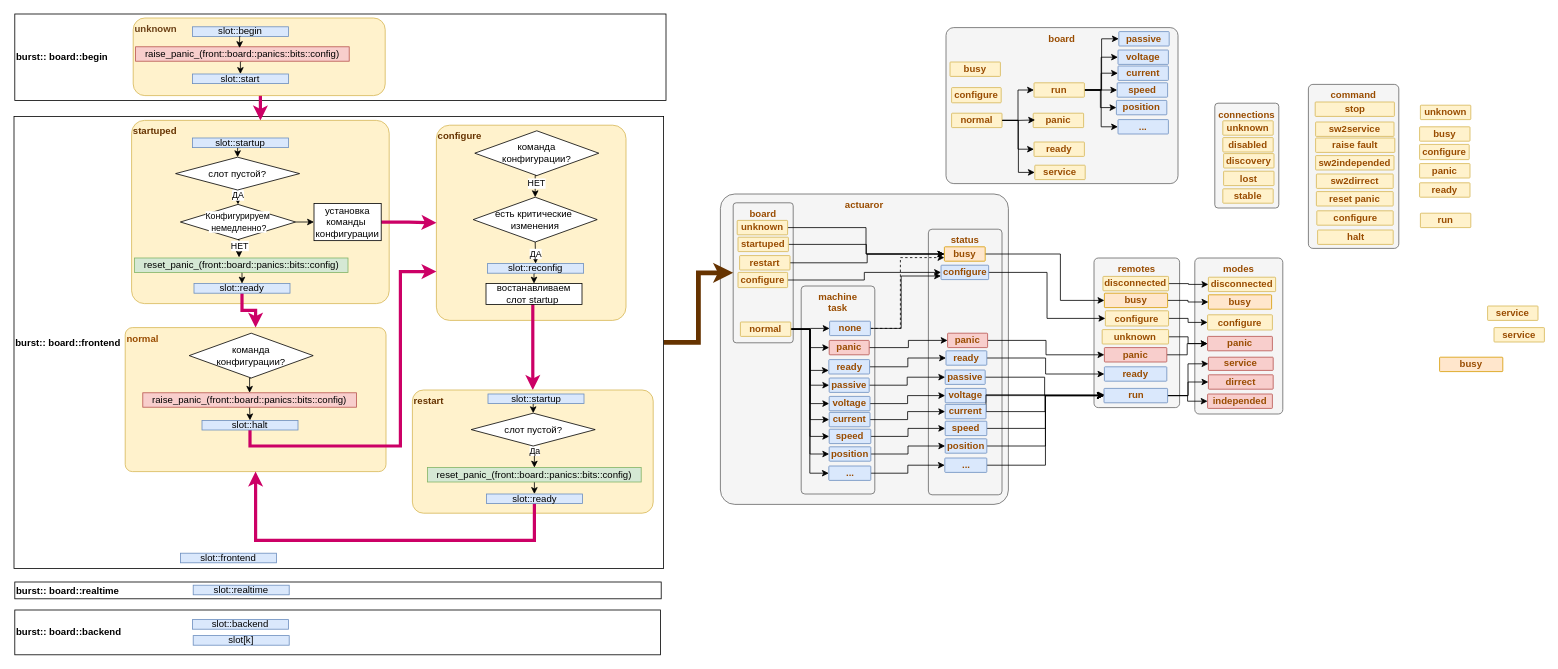
This is content/doc/burst/burst_statuses.drawio from roboscales/robosd-pp, a draw.io file, before an edit. Source tidied: cells renumbered, new cells numbered last; positions are measured from the earlier drawing's top-left corner, leaving out a move shared by most shapes. Both pictures are drawn from the tidied source at 80%, with x=0, y=0 at pixel (14, 14).
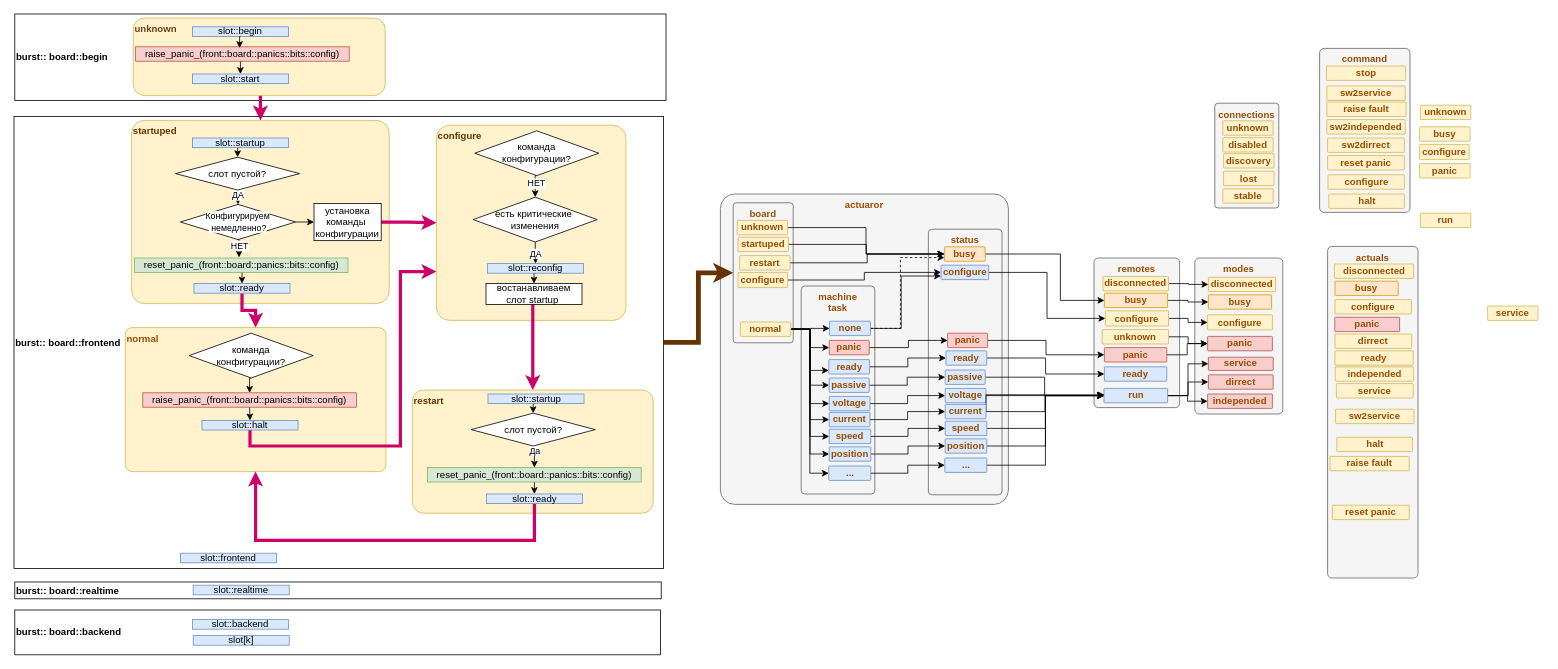
The same page after the edit.

Commit message (it also covers changes not shown here):
devagent state машина discovery, configure

Change to the diagram source:
```diff
@@
+    <mxCell id="197" value="&lt;font color=&quot;#994c00&quot;&gt;&lt;b&gt;actuals&lt;/b&gt;&lt;/font&gt;" style="rounded=1;whiteSpace=wrap;html=1;align=center;verticalAlign=top;fillColor=#f5f5f5;strokeColor=#666666;arcSize=5;fontColor=#333333;" parent="1" vertex="1">
+      <mxGeometry x="1642" y="290.5" width="113" height="414.5" as="geometry" />
+    </mxCell>
@@
     <mxCell id="3" value="&lt;font color=&quot;#994c00&quot;&gt;&lt;b&gt;command&lt;/b&gt;&lt;/font&gt;" style="rounded=1;whiteSpace=wrap;html=1;align=center;verticalAlign=top;fillColor=#f5f5f5;strokeColor=#666666;arcSize=5;fontColor=#333333;" parent="1" vertex="1">
-      <mxGeometry x="1618" y="88" width="113" height="205" as="geometry" />
+      <mxGeometry x="1632" y="43" width="113" height="205" as="geometry" />
     </mxCell>
@@
     <mxCell id="94" value="&lt;b&gt;&lt;font style=&quot;color: rgb(153, 76, 0);&quot;&gt;configure&lt;/font&gt;&lt;/b&gt;" style="rounded=1;whiteSpace=wrap;html=1;align=center;verticalAlign=middle;fillColor=#fff2cc;strokeColor=#d6b656;arcSize=5;" parent="1" vertex="1">
-      <mxGeometry x="1628.5" y="246" width="95.5" height="18" as="geometry" />
+      <mxGeometry x="1642.5" y="201" width="95.5" height="18" as="geometry" />
     </mxCell>
@@
     <mxCell id="97" value="&lt;font color=&quot;#994c00&quot;&gt;&lt;b&gt;sw2service&lt;/b&gt;&lt;/font&gt;" style="rounded=1;whiteSpace=wrap;html=1;align=center;verticalAlign=middle;fillColor=#fff2cc;strokeColor=#d6b656;arcSize=5;" parent="1" vertex="1">
-      <mxGeometry x="1627" y="135" width="98" height="18" as="geometry" />
+      <mxGeometry x="1641" y="90" width="98" height="18" as="geometry" />
     </mxCell>
     <mxCell id="98" value="&lt;b&gt;&lt;font style=&quot;color: rgb(153, 76, 0);&quot;&gt;stop&lt;/font&gt;&lt;/b&gt;" style="rounded=1;whiteSpace=wrap;html=1;align=center;verticalAlign=middle;fillColor=#fff2cc;strokeColor=#d6b656;arcSize=5;" parent="1" vertex="1">
-      <mxGeometry x="1626.5" y="110" width="99" height="18" as="geometry" />
+      <mxGeometry x="1640.5" y="65" width="99" height="18" as="geometry" />
     </mxCell>
     <mxCell id="99" value="&lt;b&gt;&lt;font style=&quot;color: rgb(153, 76, 0);&quot;&gt;halt&lt;/font&gt;&lt;/b&gt;" style="rounded=1;whiteSpace=wrap;html=1;align=center;verticalAlign=middle;fillColor=#fff2cc;strokeColor=#d6b656;arcSize=5;" parent="1" vertex="1">
-      <mxGeometry x="1629.5" y="270" width="94.5" height="18" as="geometry" />
+      <mxGeometry x="1643.5" y="225" width="94.5" height="18" as="geometry" />
     </mxCell>
     <mxCell id="100" value="&lt;b&gt;&lt;font style=&quot;color: rgb(153, 76, 0);&quot;&gt;reset panic&lt;/font&gt;&lt;/b&gt;" style="rounded=1;whiteSpace=wrap;html=1;align=center;verticalAlign=middle;fillColor=#fff2cc;strokeColor=#d6b656;arcSize=5;" parent="1" vertex="1">
-      <mxGeometry x="1628" y="222" width="96" height="18" as="geometry" />
+      <mxGeometry x="1642" y="177" width="96" height="18" as="geometry" />
     </mxCell>
@@
     <mxCell id="105" value="&lt;font color=&quot;#994c00&quot;&gt;&lt;b&gt;ready&lt;/b&gt;&lt;/font&gt;" style="rounded=1;whiteSpace=wrap;html=1;align=center;verticalAlign=middle;fillColor=#fff2cc;strokeColor=#d6b656;arcSize=5;" parent="1" vertex="1">
-      <mxGeometry x="1757" y="211" width="63" height="18" as="geometry" />
+      <mxGeometry x="1651.2" y="421" width="97.8" height="18" as="geometry" />
     </mxCell>
     <mxCell id="106" value="&lt;font color=&quot;#994c00&quot;&gt;&lt;b&gt;raise fault&lt;/b&gt;&lt;/font&gt;" style="rounded=1;whiteSpace=wrap;html=1;align=center;verticalAlign=middle;fillColor=#fff2cc;strokeColor=#d6b656;arcSize=5;" parent="1" vertex="1">
-      <mxGeometry x="1627" y="155" width="99" height="18" as="geometry" />
+      <mxGeometry x="1641" y="110" width="99" height="18" as="geometry" />
     </mxCell>
     <mxCell id="107" value="&lt;font color=&quot;#994c00&quot;&gt;&lt;b&gt;sw2independed&lt;/b&gt;&lt;/font&gt;" style="rounded=1;whiteSpace=wrap;html=1;align=center;verticalAlign=middle;fillColor=#fff2cc;strokeColor=#d6b656;arcSize=5;" parent="1" vertex="1">
-      <mxGeometry x="1627" y="177" width="98" height="18" as="geometry" />
+      <mxGeometry x="1641" y="132" width="98" height="18" as="geometry" />
     </mxCell>
     <mxCell id="108" value="&lt;font color=&quot;#994c00&quot;&gt;&lt;b&gt;sw2dirrect&lt;/b&gt;&lt;/font&gt;" style="rounded=1;whiteSpace=wrap;html=1;align=center;verticalAlign=middle;fillColor=#fff2cc;strokeColor=#d6b656;arcSize=5;" parent="1" vertex="1">
-      <mxGeometry x="1628" y="200" width="96" height="18" as="geometry" />
+      <mxGeometry x="1642" y="155" width="96" height="18" as="geometry" />
     </mxCell>
@@
     <mxCell id="119" value="&lt;font color=&quot;#994c00&quot;&gt;&lt;b&gt;service&lt;/b&gt;&lt;/font&gt;" style="rounded=1;whiteSpace=wrap;html=1;align=center;verticalAlign=middle;fillColor=#fff2cc;strokeColor=#d6b656;arcSize=5;" parent="1" vertex="1">
-      <mxGeometry x="1850" y="392" width="63" height="18" as="geometry" />
+      <mxGeometry x="1653" y="462" width="96" height="18" as="geometry" />
     </mxCell>
@@
-    <mxCell id="125" value="&lt;b&gt;&lt;font style=&quot;color: rgb(153, 76, 0);&quot;&gt;board&lt;/font&gt;&lt;/b&gt;" style="rounded=1;whiteSpace=wrap;html=1;align=center;verticalAlign=top;fillColor=#f5f5f5;strokeColor=#666666;arcSize=5;fontColor=#333333;" parent="1" vertex="1">
-      <mxGeometry x="1165" y="17" width="290" height="195" as="geometry" />
-    </mxCell>
-    <mxCell id="126" style="edgeStyle=orthogonalEdgeStyle;rounded=0;jettySize=auto;html=1;exitX=1;exitY=0.5;exitDx=0;exitDy=0;entryX=0;entryY=0.5;entryDx=0;entryDy=0;" parent="1" edge="1" source="129" target="139">
-      <mxGeometry relative="1" as="geometry" />
-    </mxCell>
-    <mxCell id="127" style="edgeStyle=orthogonalEdgeStyle;rounded=0;jettySize=auto;html=1;exitX=1;exitY=0.5;exitDx=0;exitDy=0;entryX=0;entryY=0.5;entryDx=0;entryDy=0;" parent="1" edge="1" source="129" target="148">
-      <mxGeometry relative="1" as="geometry" />
-    </mxCell>
-    <mxCell id="128" style="edgeStyle=orthogonalEdgeStyle;rounded=0;jettySize=auto;html=1;exitX=1;exitY=0.5;exitDx=0;exitDy=0;entryX=0;entryY=0.5;entryDx=0;entryDy=0;" parent="1" edge="1" source="129" target="147">
-      <mxGeometry relative="1" as="geometry" />
-    </mxCell>
-    <mxCell id="129" value="&lt;b&gt;&lt;font style=&quot;color: rgb(153, 76, 0);&quot;&gt;normal&lt;/font&gt;&lt;/b&gt;" style="rounded=1;whiteSpace=wrap;html=1;align=center;verticalAlign=middle;fillColor=#fff2cc;strokeColor=#d6b656;arcSize=5;" parent="1" vertex="1">
-      <mxGeometry x="1172" y="124" width="63" height="18" as="geometry" />
-    </mxCell>
-    <mxCell id="130" value="&lt;b&gt;&lt;font style=&quot;color: rgb(153, 76, 0);&quot;&gt;configure&lt;/font&gt;&lt;/b&gt;" style="rounded=1;whiteSpace=wrap;html=1;align=center;verticalAlign=middle;fillColor=#fff2cc;strokeColor=#d6b656;arcSize=5;" parent="1" vertex="1">
-      <mxGeometry x="1172" y="92" width="62" height="19" as="geometry" />
-    </mxCell>
-    <mxCell id="131" value="&lt;b&gt;&lt;font style=&quot;color: rgb(153, 76, 0);&quot;&gt;busy&lt;/font&gt;&lt;/b&gt;" style="rounded=1;whiteSpace=wrap;html=1;align=center;verticalAlign=middle;fillColor=#fff2cc;strokeColor=#d6b656;arcSize=5;" parent="1" vertex="1">
-      <mxGeometry x="1170" y="60" width="63" height="18" as="geometry" />
-    </mxCell>
-    <mxCell id="132" value="&lt;b&gt;&lt;font style=&quot;color: rgb(153, 76, 0);&quot;&gt;panic&lt;/font&gt;&lt;/b&gt;" style="rounded=1;whiteSpace=wrap;html=1;align=center;verticalAlign=middle;fillColor=#fff2cc;strokeColor=#d6b656;arcSize=5;" parent="1" vertex="1">
-      <mxGeometry x="1274" y="124" width="63" height="18" as="geometry" />
-    </mxCell>
-    <mxCell id="133" style="edgeStyle=orthogonalEdgeStyle;rounded=0;jettySize=auto;html=1;exitX=1;exitY=0.5;exitDx=0;exitDy=0;entryX=0;entryY=0.5;entryDx=0;entryDy=0;" parent="1" edge="1" source="139" target="141">
-      <mxGeometry relative="1" as="geometry" />
-    </mxCell>
-    <mxCell id="134" style="edgeStyle=orthogonalEdgeStyle;rounded=0;jettySize=auto;html=1;exitX=1;exitY=0.5;exitDx=0;exitDy=0;entryX=0;entryY=0.5;entryDx=0;entryDy=0;" parent="1" edge="1" source="139" target="142">
-      <mxGeometry relative="1" as="geometry" />
-    </mxCell>
-    <mxCell id="135" style="edgeStyle=orthogonalEdgeStyle;rounded=0;jettySize=auto;html=1;exitX=1;exitY=0.5;exitDx=0;exitDy=0;entryX=0;entryY=0.5;entryDx=0;entryDy=0;" parent="1" edge="1" source="139" target="143">
-      <mxGeometry relative="1" as="geometry" />
-    </mxCell>
-    <mxCell id="136" style="edgeStyle=orthogonalEdgeStyle;rounded=0;jettySize=auto;html=1;exitX=1;exitY=0.5;exitDx=0;exitDy=0;entryX=0;entryY=0.5;entryDx=0;entryDy=0;" parent="1" edge="1" source="139" target="144">
-      <mxGeometry relative="1" as="geometry" />
-    </mxCell>
-    <mxCell id="137" style="edgeStyle=orthogonalEdgeStyle;rounded=0;jettySize=auto;html=1;exitX=1;exitY=0.5;exitDx=0;exitDy=0;entryX=0;entryY=0.5;entryDx=0;entryDy=0;" parent="1" edge="1" source="139" target="145">
-      <mxGeometry relative="1" as="geometry" />
-    </mxCell>
-    <mxCell id="138" style="edgeStyle=orthogonalEdgeStyle;rounded=0;jettySize=auto;html=1;exitX=1;exitY=0.5;exitDx=0;exitDy=0;entryX=0;entryY=0.5;entryDx=0;entryDy=0;" parent="1" edge="1" source="139" target="146">
-      <mxGeometry relative="1" as="geometry" />
-    </mxCell>
-    <mxCell id="139" value="&lt;b&gt;&lt;font style=&quot;color: rgb(153, 76, 0);&quot;&gt;run&lt;/font&gt;&lt;/b&gt;" style="rounded=1;whiteSpace=wrap;html=1;align=center;verticalAlign=middle;fillColor=#fff2cc;strokeColor=#d6b656;arcSize=5;" parent="1" vertex="1">
-      <mxGeometry x="1275" y="86" width="63" height="18" as="geometry" />
-    </mxCell>
-    <mxCell id="140" style="edgeStyle=orthogonalEdgeStyle;rounded=0;jettySize=auto;html=1;exitX=1;exitY=0.5;exitDx=0;exitDy=0;entryX=0.038;entryY=0.469;entryDx=0;entryDy=0;entryPerimeter=0;" parent="1" edge="1" source="129" target="132">
-      <mxGeometry relative="1" as="geometry" />
-    </mxCell>
-    <mxCell id="141" value="&lt;b&gt;&lt;font style=&quot;color: rgb(153, 76, 0);&quot;&gt;voltage&lt;/font&gt;&lt;/b&gt;" style="rounded=1;whiteSpace=wrap;html=1;align=center;verticalAlign=middle;fillColor=#dae8fc;strokeColor=#6c8ebf;arcSize=5;" parent="1" vertex="1">
-      <mxGeometry x="1380" y="45" width="63" height="18" as="geometry" />
-    </mxCell>
-    <mxCell id="142" value="&lt;b&gt;&lt;font style=&quot;color: rgb(153, 76, 0);&quot;&gt;current&lt;/font&gt;&lt;/b&gt;" style="rounded=1;whiteSpace=wrap;html=1;align=center;verticalAlign=middle;fillColor=#dae8fc;strokeColor=#6c8ebf;arcSize=5;" parent="1" vertex="1">
-      <mxGeometry x="1380" y="65" width="63" height="18" as="geometry" />
-    </mxCell>
-    <mxCell id="143" value="&lt;b&gt;&lt;font style=&quot;color: rgb(153, 76, 0);&quot;&gt;speed&lt;/font&gt;&lt;/b&gt;" style="rounded=1;whiteSpace=wrap;html=1;align=center;verticalAlign=middle;fillColor=#dae8fc;strokeColor=#6c8ebf;arcSize=5;" parent="1" vertex="1">
-      <mxGeometry x="1379" y="86" width="63" height="18" as="geometry" />
-    </mxCell>
-    <mxCell id="144" value="&lt;b&gt;&lt;font style=&quot;color: rgb(153, 76, 0);&quot;&gt;position&lt;/font&gt;&lt;/b&gt;" style="rounded=1;whiteSpace=wrap;html=1;align=center;verticalAlign=middle;fillColor=#dae8fc;strokeColor=#6c8ebf;arcSize=5;" parent="1" vertex="1">
-      <mxGeometry x="1378" y="108" width="63" height="18" as="geometry" />
-    </mxCell>
-    <mxCell id="145" value="&lt;b&gt;&lt;font style=&quot;color: rgb(153, 76, 0);&quot;&gt;...&lt;/font&gt;&lt;/b&gt;" style="rounded=1;whiteSpace=wrap;html=1;align=center;verticalAlign=middle;fillColor=#dae8fc;strokeColor=#6c8ebf;arcSize=5;" parent="1" vertex="1">
-      <mxGeometry x="1380" y="132" width="63" height="18" as="geometry" />
-    </mxCell>
-    <mxCell id="146" value="&lt;font color=&quot;#994c00&quot;&gt;&lt;b&gt;passive&lt;/b&gt;&lt;/font&gt;" style="rounded=1;whiteSpace=wrap;html=1;align=center;verticalAlign=middle;fillColor=#dae8fc;strokeColor=#6c8ebf;arcSize=5;" parent="1" vertex="1">
-      <mxGeometry x="1381" y="22" width="63" height="18" as="geometry" />
-    </mxCell>
-    <mxCell id="147" value="&lt;font color=&quot;#994c00&quot;&gt;&lt;b&gt;service&lt;/b&gt;&lt;/font&gt;" style="rounded=1;whiteSpace=wrap;html=1;align=center;verticalAlign=middle;fillColor=#fff2cc;strokeColor=#d6b656;arcSize=5;" parent="1" vertex="1">
-      <mxGeometry x="1276" y="189" width="63" height="18" as="geometry" />
-    </mxCell>
-    <mxCell id="148" value="&lt;b style=&quot;color: rgb(153, 76, 0);&quot;&gt;ready&lt;/b&gt;" style="rounded=1;whiteSpace=wrap;html=1;align=center;verticalAlign=middle;fillColor=#fff2cc;strokeColor=#d6b656;arcSize=5;" parent="1" vertex="1">
-      <mxGeometry x="1275" y="160" width="63" height="18" as="geometry" />
-    </mxCell>
@@
     <mxCell id="195" value="&lt;font color=&quot;#994c00&quot;&gt;&lt;b&gt;busy&lt;/b&gt;&lt;/font&gt;" style="rounded=1;whiteSpace=wrap;html=1;align=center;verticalAlign=middle;fillColor=#ffe6cc;strokeColor=#d79b00;arcSize=5;" parent="1" vertex="1">
-      <mxGeometry x="1782" y="429" width="79" height="18" as="geometry" />
+      <mxGeometry x="1651.2" y="334" width="79" height="18" as="geometry" />
     </mxCell>
@@
+    <mxCell id="130" value="&lt;b&gt;&lt;font style=&quot;color: rgb(153, 76, 0);&quot;&gt;configure&lt;/font&gt;&lt;/b&gt;" style="rounded=1;whiteSpace=wrap;html=1;align=center;verticalAlign=middle;fillColor=#fff2cc;strokeColor=#d6b656;arcSize=5;" parent="1" vertex="1">
+      <mxGeometry x="1651.2" y="357" width="95.5" height="18" as="geometry" />
+    </mxCell>
+    <mxCell id="198" value="&lt;font color=&quot;#994c00&quot;&gt;&lt;b&gt;sw2service&lt;/b&gt;&lt;/font&gt;" style="rounded=1;whiteSpace=wrap;html=1;align=center;verticalAlign=middle;fillColor=#fff2cc;strokeColor=#d6b656;arcSize=5;" parent="1" vertex="1">
+      <mxGeometry x="1652" y="494" width="98" height="18" as="geometry" />
+    </mxCell>
+    <mxCell id="199" value="&lt;b style=&quot;color: rgb(153, 76, 0);&quot;&gt;disconnected&lt;/b&gt;" style="rounded=1;whiteSpace=wrap;html=1;align=center;verticalAlign=middle;fillColor=#fff2cc;strokeColor=#d6b656;arcSize=5;" parent="1" vertex="1">
+      <mxGeometry x="1650.5" y="312.5" width="99" height="18" as="geometry" />
+    </mxCell>
+    <mxCell id="200" value="&lt;b&gt;&lt;font style=&quot;color: rgb(153, 76, 0);&quot;&gt;halt&lt;/font&gt;&lt;/b&gt;" style="rounded=1;whiteSpace=wrap;html=1;align=center;verticalAlign=middle;fillColor=#fff2cc;strokeColor=#d6b656;arcSize=5;" parent="1" vertex="1">
+      <mxGeometry x="1653.5" y="529" width="94.5" height="18" as="geometry" />
+    </mxCell>
+    <mxCell id="201" value="&lt;b&gt;&lt;font style=&quot;color: rgb(153, 76, 0);&quot;&gt;reset panic&lt;/font&gt;&lt;/b&gt;" style="rounded=1;whiteSpace=wrap;html=1;align=center;verticalAlign=middle;fillColor=#fff2cc;strokeColor=#d6b656;arcSize=5;" parent="1" vertex="1">
+      <mxGeometry x="1648" y="614" width="96" height="18" as="geometry" />
+    </mxCell>
+    <mxCell id="202" value="&lt;font color=&quot;#994c00&quot;&gt;&lt;b&gt;raise fault&lt;/b&gt;&lt;/font&gt;" style="rounded=1;whiteSpace=wrap;html=1;align=center;verticalAlign=middle;fillColor=#fff2cc;strokeColor=#d6b656;arcSize=5;" parent="1" vertex="1">
+      <mxGeometry x="1645" y="553" width="99" height="18" as="geometry" />
+    </mxCell>
+    <mxCell id="203" value="&lt;font color=&quot;#994c00&quot;&gt;&lt;b&gt;independed&lt;/b&gt;&lt;/font&gt;" style="rounded=1;whiteSpace=wrap;html=1;align=center;verticalAlign=middle;fillColor=#fff2cc;strokeColor=#d6b656;arcSize=5;" parent="1" vertex="1">
+      <mxGeometry x="1651.5" y="441" width="98" height="18" as="geometry" />
+    </mxCell>
+    <mxCell id="204" value="&lt;font color=&quot;#994c00&quot;&gt;&lt;b&gt;dirrect&lt;/b&gt;&lt;/font&gt;" style="rounded=1;whiteSpace=wrap;html=1;align=center;verticalAlign=middle;fillColor=#fff2cc;strokeColor=#d6b656;arcSize=5;" parent="1" vertex="1">
+      <mxGeometry x="1651.2" y="400" width="96" height="18" as="geometry" />
+    </mxCell>
+    <mxCell id="132" value="&lt;b&gt;&lt;font style=&quot;color: rgb(153, 76, 0);&quot;&gt;panic&lt;/font&gt;&lt;/b&gt;" style="rounded=1;whiteSpace=wrap;html=1;align=center;verticalAlign=middle;fillColor=#f8cecc;strokeColor=#b85450;arcSize=5;" parent="1" vertex="1">
+      <mxGeometry x="1651" y="379" width="81" height="18" as="geometry" />
+    </mxCell>
```
